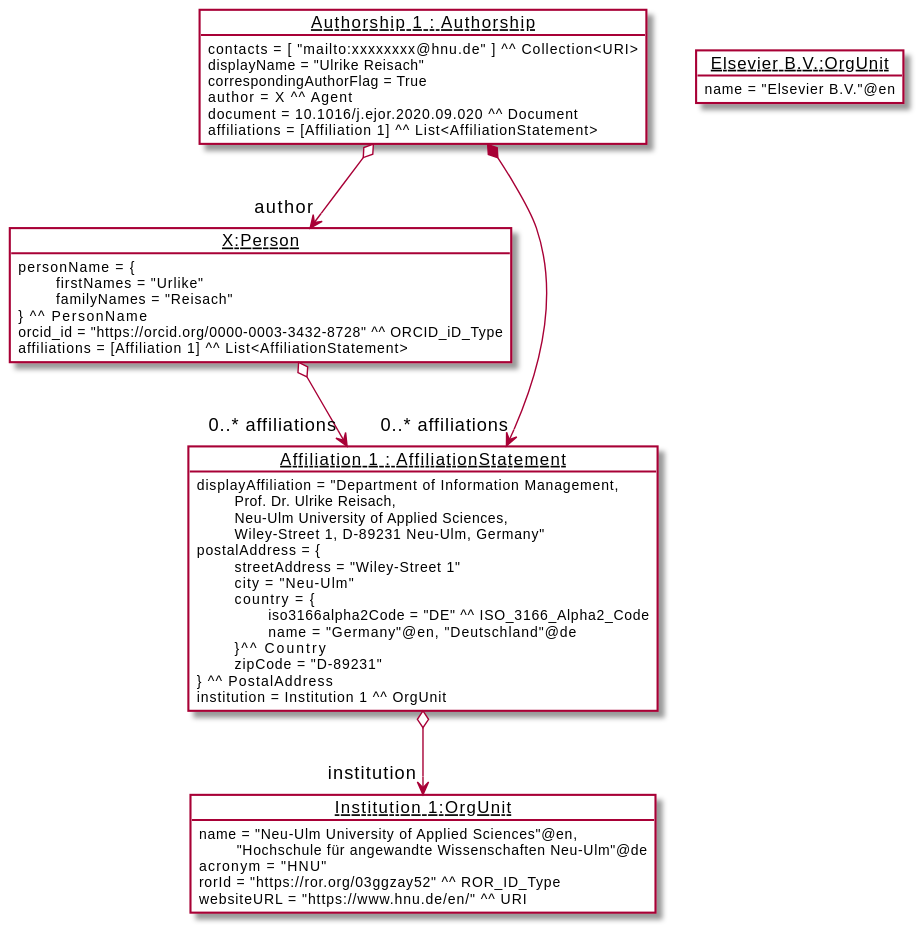
Earlier version of the PlantUML export diagrams/example.svg (EuroCRIS/CERIF-Core).
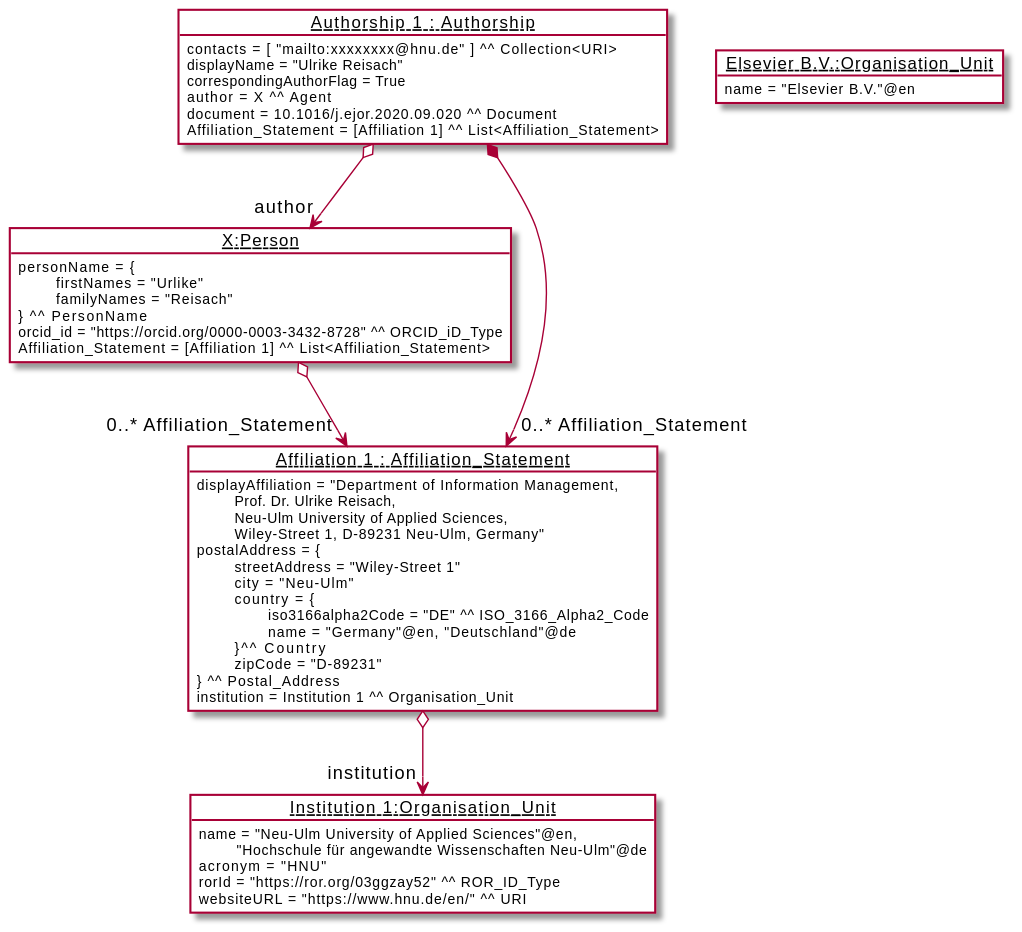
The same file after the commit.

The edit, as a diff of the source:
```diff
@@ -6,12 +6,12 @@
            \t familyNames = "Reisach"
            } ^^ PersonName
            orcid_id = "https://orcid.org/0000-0003-3432-8728" ^^ ORCID_iD_Type
-           affiliations = [Affiliation 1] ^^ List<AffiliationStatement>
+           Affiliation_Statement = [Affiliation 1] ^^ List<Affiliation_Statement>
         }
     !endsub
 
     !startsub ins
-    object "<u>Institution 1:OrgUnit</u>" as Ins1 #ffffff {
+    object "<u>Institution 1:Organisation_Unit</u>" as Ins1 #ffffff {
     	    name = "Neu-Ulm University of Applied Sciences"@en,
     	    \t "Hochschule für angewandte Wissenschaften Neu-Ulm"@de
             acronym = "HNU"
@@ -22,13 +22,13 @@
 
 
     !startsub elsevier
-    object "<u>Elsevier B.V.:OrgUnit</u>" as Elsevier #ffffff {
+    object "<u>Elsevier B.V.:Organisation_Unit</u>" as Elsevier #ffffff {
             name = "Elsevier B.V."@en
         }
     !endsub
 
-    !startsub affiliations
-    object "<u>Affiliation 1 : AffiliationStatement</u>" as Aff1 #ffffff {
+    !startsub Affiliation_Statement
+    object "<u>Affiliation 1 : Affiliation_Statement</u>" as Aff1 #ffffff {
             displayAffiliation = "Department of Information Management,
             \t Prof. Dr. Ulrike Reisach,
             \t Neu-Ulm University of Applied Sciences,
@@ -41,8 +41,8 @@
                         \t\t name = "Germany"@en, "Deutschland"@de
                         \t }^^ Country
             \t zipCode = "D-89231"
-            } ^^ PostalAddress
-            institution = Institution 1 ^^ OrgUnit
+            } ^^ Postal_Address
+            institution = Institution 1 ^^ Organisation_Unit
         }
     !endsub
 
@@ -53,7 +53,7 @@
             correspondingAuthorFlag = True
             author = X ^^ Agent
             document = 10.1016/j.ejor.2020.09.020 ^^ Document
-            affiliations = [Affiliation 1] ^^ List<AffiliationStatement>
+            Affiliation_Statement = [Affiliation 1] ^^ List<Affiliation_Statement>
         }
     !endsub
 
@@ -61,14 +61,14 @@
         Aut1 o--> "author" X
     !endsub
     !startsub autDoc
-        Aut1 *--> "0..* affiliations" Aff1
+        Aut1 *--> "0..* Affiliation_Statement" Aff1
     !endsub
 
-    !startsub affiliations
+    !startsub Affiliation_Statement
         Aff1 o--> "institution" Ins1
     !endsub
-    !startsub affiliations
-        X o--> "0..* affiliations" Aff1
+    !startsub Affiliation_Statement
+        X o--> "0..* Affiliation_Statement" Aff1
     !endsub
 
 
```
